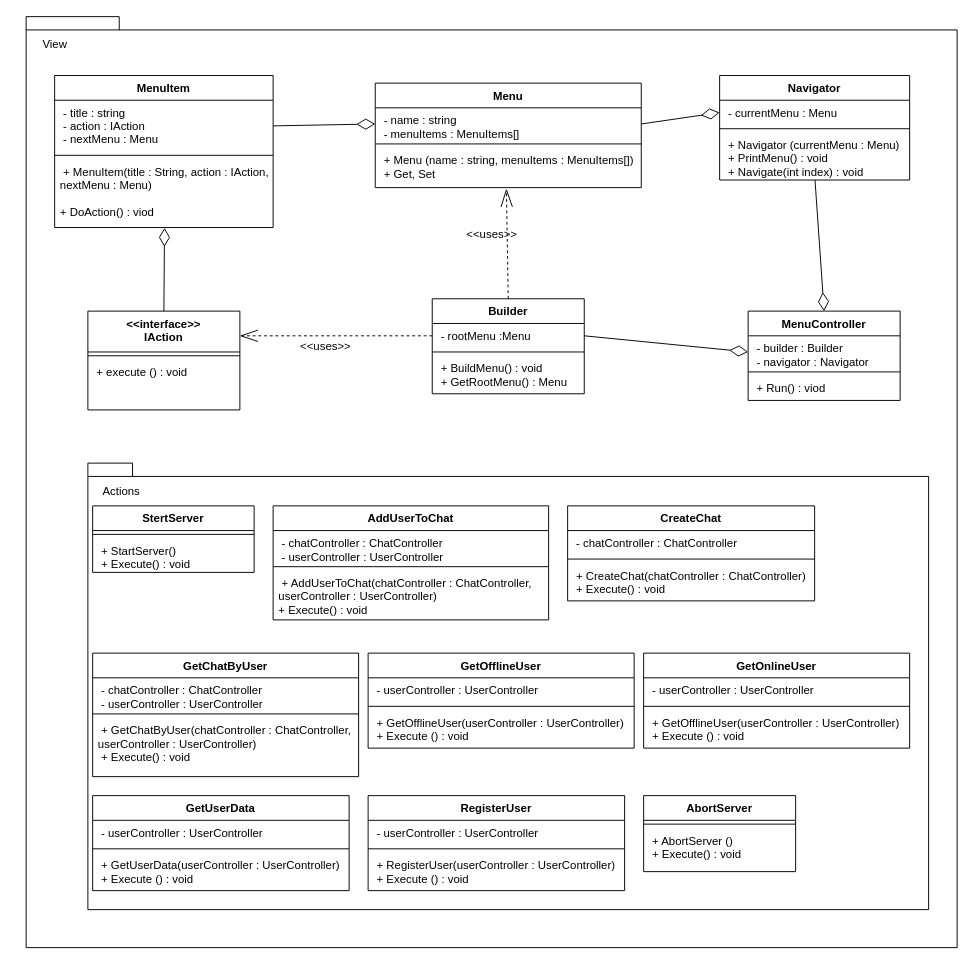
The draw.io diagram View/Diagram for view/ViewDiagram.drawio in anomalou/csharp-server, before the edit. Source tidied: cells renumbered, new cells numbered last; positions are measured from the earlier drawing's top-left corner, leaving out a move shared by most shapes. Both pictures are drawn from the tidied source at 95%, with x=0, y=0 at pixel (26, 16).
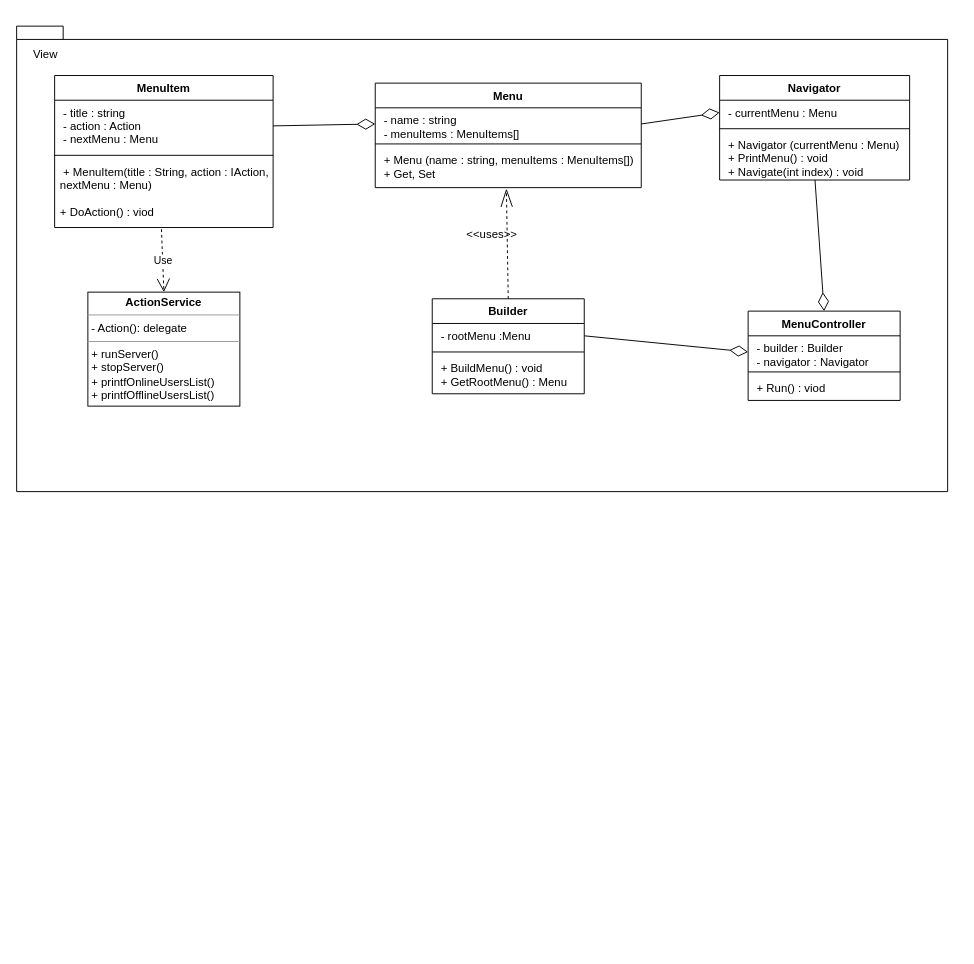
After the change.

Unchanged cells that the change refers to:
```xml
<mxCell id="18" value=" - rootMenu :Menu" style="text;strokeColor=none;fillColor=none;align=left;verticalAlign=top;spacingLeft=4;spacingRight=4;overflow=hidden;points=[[0,0.5],[1,0.5]];portConstraint=eastwest;" parent="17" vertex="1">
  <mxGeometry y="26" width="160" height="26" as="geometry" />
</mxCell>
<mxCell id="24" value="MenuItem" style="swimlane;fontStyle=1;align=center;verticalAlign=top;horizontal=1;startSize=26;" parent="1" vertex="1">
  <mxGeometry x="30" y="62" width="230" height="160" as="geometry" />
</mxCell>
<mxCell id="27" value=" + MenuItem(title : String, action : IAction, &#10;nextMenu : Menu) &#10;&#10;+ DoAction() : viod" style="text;strokeColor=none;fillColor=none;align=left;verticalAlign=top;spacingLeft=4;spacingRight=4;overflow=hidden;points=[[0,0.5],[1,0.5]];portConstraint=eastwest;" parent="24" vertex="1">
  <mxGeometry y="88" width="230" height="72" as="geometry" />
</mxCell>
```

Change to the diagram source:
```diff
@@
+    <mxCell id="72" style="group;" parent="1" vertex="1">
+      <mxGeometry x="-10" y="10" width="980" height="490" as="geometry" />
+    </mxCell>
-    <mxCell id="2" style="shape=folder;fontStyle=1;spacingTop=10;tabWidth=40;tabHeight=14;tabPosition=left;html=1;" parent="1" vertex="1">
-      <mxGeometry width="980" height="980" as="geometry" />
+    <mxCell id="2" style="shape=folder;fontStyle=1;spacingTop=10;tabWidth=40;tabHeight=14;tabPosition=left;html=1;" parent="72" vertex="1">
+      <mxGeometry width="980" height="490" as="geometry" />
     </mxCell>
+    <mxCell id="35" value="View" style="text;html=1;align=center;verticalAlign=middle;" parent="72" vertex="1">
+      <mxGeometry x="10" y="20" width="40" height="20" as="geometry" />
+    </mxCell>
+    <mxCell id="73" value="&lt;p style=&quot;margin: 0px ; margin-top: 4px ; text-align: center&quot;&gt;&lt;b&gt;ActionService&lt;/b&gt;&lt;/p&gt;&lt;hr size=&quot;1&quot;&gt;&lt;p style=&quot;margin: 0px ; margin-left: 4px&quot;&gt;- Action(): delegate&lt;/p&gt;&lt;hr size=&quot;1&quot;&gt;&lt;p style=&quot;margin: 0px ; margin-left: 4px&quot;&gt;+ runServer()&lt;/p&gt;&lt;p style=&quot;margin: 0px ; margin-left: 4px&quot;&gt;+ stopServer()&lt;/p&gt;&lt;p style=&quot;margin: 0px ; margin-left: 4px&quot;&gt;+ printfOnlineUsersList()&lt;/p&gt;&lt;p style=&quot;margin: 0px ; margin-left: 4px&quot;&gt;+ printfOfflineUsersList()&lt;/p&gt;" style="verticalAlign=top;align=left;overflow=fill;fontSize=12;fontFamily=Helvetica;html=1;" parent="72" vertex="1">
+      <mxGeometry x="75" y="280" width="160" height="120" as="geometry" />
+    </mxCell>
@@
-    <mxCell id="25" value=" - title : string&#10; - action : IAction&#10; - nextMenu : Menu&#10;" style="text;strokeColor=none;fillColor=none;align=left;verticalAlign=top;spacingLeft=4;spacingRight=4;overflow=hidden;points=[[0,0.5],[1,0.5]];portConstraint=eastwest;" parent="24" vertex="1">
+    <mxCell id="25" value=" - title : string&#10; - action : Action&#10; - nextMenu : Menu&#10;" style="text;strokeColor=none;fillColor=none;align=left;verticalAlign=top;spacingLeft=4;spacingRight=4;overflow=hidden;points=[[0,0.5],[1,0.5]];portConstraint=eastwest;" parent="24" vertex="1">
       <mxGeometry y="26" width="230" height="54" as="geometry" />
     </mxCell>
@@
-    <mxCell id="29" value="&lt;&lt;interface&gt;&gt;&#10;IAction&#10;" style="swimlane;fontStyle=1;align=center;verticalAlign=top;horizontal=1;startSize=43;" parent="1" vertex="1">
-      <mxGeometry x="65" y="310" width="160" height="104" as="geometry" />
-    </mxCell>
-    <mxCell id="30" style="line;strokeWidth=1;fillColor=none;align=left;verticalAlign=middle;spacingTop=-1;spacingLeft=3;spacingRight=3;labelPosition=right;" parent="29" vertex="1">
-      <mxGeometry y="43" width="160" height="8" as="geometry" />
-    </mxCell>
-    <mxCell id="31" value=" + execute () : void" style="text;strokeColor=none;fillColor=none;align=left;verticalAlign=top;spacingLeft=4;spacingRight=4;overflow=hidden;" parent="29" vertex="1">
-      <mxGeometry y="51" width="160" height="53" as="geometry" />
-    </mxCell>
-    <mxCell id="32" style="endArrow=diamondThin;html=1;entryX=0.503;entryY=1.005;entryDx=0;entryDy=0;endFill=0;strokeWidth=1;startSize=12;endSize=17;exitX=0.5;exitY=0;exitDx=0;exitDy=0;entryPerimeter=0;" parent="1" edge="1" source="29" target="27">
-      <mxGeometry relative="1" as="geometry" />
-    </mxCell>
-    <mxCell id="33" style="endArrow=openThin;html=1;strokeWidth=1;entryX=1;entryY=0.25;entryDx=0;entryDy=0;endFill=0;dashed=1;endSize=17;exitX=0;exitY=0.5;exitDx=0;exitDy=0;" parent="1" edge="1" source="18" target="29">
-      <mxGeometry relative="1" as="geometry" />
-    </mxCell>
-    <mxCell id="34" value="&amp;lt;&amp;lt;uses&amp;gt;&amp;gt;" style="text;html=1;align=center;verticalAlign=middle;" parent="1" vertex="1">
-      <mxGeometry x="280" y="337" width="70" height="20" as="geometry" />
-    </mxCell>
-    <mxCell id="35" value="View" style="text;html=1;align=center;verticalAlign=middle;" parent="1" vertex="1">
-      <mxGeometry x="10" y="20" width="40" height="20" as="geometry" />
-    </mxCell>
-    <mxCell id="36" style="shape=folder;fontStyle=1;spacingTop=10;tabWidth=40;tabHeight=14;tabPosition=left;html=1;" parent="1" vertex="1">
-      <mxGeometry x="65" y="470" width="885" height="470" as="geometry" />
-    </mxCell>
-    <mxCell id="37" value="Actions" style="text;html=1;align=center;verticalAlign=middle;" parent="1" vertex="1">
-      <mxGeometry x="70" y="490" width="60" height="20" as="geometry" />
-    </mxCell>
-    <mxCell id="38" value="AbortServer" style="swimlane;fontStyle=1;align=center;verticalAlign=top;horizontal=1;startSize=26;" parent="1" vertex="1">
-      <mxGeometry x="650" y="820" width="160" height="80" as="geometry" />
-    </mxCell>
-    <mxCell id="39" style="line;strokeWidth=1;fillColor=none;align=left;verticalAlign=middle;spacingTop=-1;spacingLeft=3;spacingRight=3;labelPosition=right;" parent="38" vertex="1">
-      <mxGeometry y="26" width="160" height="8" as="geometry" />
-    </mxCell>
-    <mxCell id="40" value=" + AbortServer ()&#10; + Execute() : void&#10;" style="text;strokeColor=none;fillColor=none;align=left;verticalAlign=top;spacingLeft=4;spacingRight=4;overflow=hidden;" parent="38" vertex="1">
-      <mxGeometry y="34" width="160" height="46" as="geometry" />
-    </mxCell>
-    <mxCell id="41" value="AddUserToChat" style="swimlane;fontStyle=1;align=center;verticalAlign=top;horizontal=1;startSize=26;" parent="1" vertex="1">
-      <mxGeometry x="260" y="515" width="290" height="120" as="geometry" />
-    </mxCell>
-    <mxCell id="42" value=" - chatController : ChatController&#10; - userController : UserController&#10;" style="text;strokeColor=none;fillColor=none;align=left;verticalAlign=top;spacingLeft=4;spacingRight=4;overflow=hidden;" parent="41" vertex="1">
-      <mxGeometry y="26" width="290" height="34" as="geometry" />
-    </mxCell>
-    <mxCell id="43" style="line;strokeWidth=1;fillColor=none;align=left;verticalAlign=middle;spacingTop=-1;spacingLeft=3;spacingRight=3;labelPosition=right;" parent="41" vertex="1">
-      <mxGeometry y="60" width="290" height="8" as="geometry" />
-    </mxCell>
-    <mxCell id="44" value=" + AddUserToChat(chatController : ChatController, &#10;userController : UserController) &#10;+ Execute() : void&#10;" style="text;strokeColor=none;fillColor=none;align=left;verticalAlign=top;spacingLeft=4;spacingRight=4;overflow=hidden;" parent="41" vertex="1">
-      <mxGeometry y="68" width="290" height="52" as="geometry" />
-    </mxCell>
-    <mxCell id="45" value="CreateChat" style="swimlane;fontStyle=1;align=center;verticalAlign=top;horizontal=1;startSize=26;" parent="1" vertex="1">
-      <mxGeometry x="570" y="515" width="260" height="100" as="geometry" />
-    </mxCell>
-    <mxCell id="46" value=" - chatController : ChatController" style="text;strokeColor=none;fillColor=none;align=left;verticalAlign=top;spacingLeft=4;spacingRight=4;overflow=hidden;" parent="45" vertex="1">
-      <mxGeometry y="26" width="260" height="26" as="geometry" />
-    </mxCell>
-    <mxCell id="47" style="line;strokeWidth=1;fillColor=none;align=left;verticalAlign=middle;spacingTop=-1;spacingLeft=3;spacingRight=3;labelPosition=right;" parent="45" vertex="1">
-      <mxGeometry y="52" width="260" height="8" as="geometry" />
-    </mxCell>
-    <mxCell id="48" value=" + CreateChat(chatController : ChatController) &#10; + Execute() : void&#10;" style="text;strokeColor=none;fillColor=none;align=left;verticalAlign=top;spacingLeft=4;spacingRight=4;overflow=hidden;" parent="45" vertex="1">
-      <mxGeometry y="60" width="260" height="40" as="geometry" />
-    </mxCell>
-    <mxCell id="49" value="GetChatByUser" style="swimlane;fontStyle=1;align=center;verticalAlign=top;horizontal=1;startSize=26;" parent="1" vertex="1">
-      <mxGeometry x="70" y="670" width="280" height="130" as="geometry" />
-    </mxCell>
-    <mxCell id="50" value=" - chatController : ChatController&#10; - userController : UserController&#10;&#10;&#10;" style="text;strokeColor=none;fillColor=none;align=left;verticalAlign=top;spacingLeft=4;spacingRight=4;overflow=hidden;" parent="49" vertex="1">
-      <mxGeometry y="26" width="280" height="34" as="geometry" />
-    </mxCell>
-    <mxCell id="51" style="line;strokeWidth=1;fillColor=none;align=left;verticalAlign=middle;spacingTop=-1;spacingLeft=3;spacingRight=3;labelPosition=right;" parent="49" vertex="1">
-      <mxGeometry y="60" width="280" height="8" as="geometry" />
-    </mxCell>
-    <mxCell id="52" value=" + GetChatByUser(chatController : ChatController, &#10;userController : UserController) &#10; + Execute() : void&#10;" style="text;strokeColor=none;fillColor=none;align=left;verticalAlign=top;spacingLeft=4;spacingRight=4;overflow=hidden;" parent="49" vertex="1">
-      <mxGeometry y="68" width="280" height="62" as="geometry" />
-    </mxCell>
-    <mxCell id="53" value="GetOfflineUser" style="swimlane;fontStyle=1;align=center;verticalAlign=top;horizontal=1;startSize=26;" parent="1" vertex="1">
-      <mxGeometry x="360" y="670" width="280" height="100" as="geometry" />
-    </mxCell>
-    <mxCell id="54" value=" - userController : UserController" style="text;strokeColor=none;fillColor=none;align=left;verticalAlign=top;spacingLeft=4;spacingRight=4;overflow=hidden;" parent="53" vertex="1">
-      <mxGeometry y="26" width="280" height="26" as="geometry" />
-    </mxCell>
-    <mxCell id="55" style="line;strokeWidth=1;fillColor=none;align=left;verticalAlign=middle;spacingTop=-1;spacingLeft=3;spacingRight=3;labelPosition=right;" parent="53" vertex="1">
-      <mxGeometry y="52" width="280" height="8" as="geometry" />
-    </mxCell>
-    <mxCell id="56" value=" + GetOfflineUser(userController : UserController)&#10; + Execute () : void&#10;" style="text;strokeColor=none;fillColor=none;align=left;verticalAlign=top;spacingLeft=4;spacingRight=4;overflow=hidden;" parent="53" vertex="1">
-      <mxGeometry y="60" width="280" height="40" as="geometry" />
-    </mxCell>
-    <mxCell id="57" value="GetOnlineUser" style="swimlane;fontStyle=1;align=center;verticalAlign=top;horizontal=1;startSize=26;" parent="1" vertex="1">
-      <mxGeometry x="650" y="670" width="280" height="100" as="geometry" />
-    </mxCell>
-    <mxCell id="58" value=" - userController : UserController" style="text;strokeColor=none;fillColor=none;align=left;verticalAlign=top;spacingLeft=4;spacingRight=4;overflow=hidden;" parent="57" vertex="1">
-      <mxGeometry y="26" width="280" height="26" as="geometry" />
-    </mxCell>
-    <mxCell id="59" style="line;strokeWidth=1;fillColor=none;align=left;verticalAlign=middle;spacingTop=-1;spacingLeft=3;spacingRight=3;labelPosition=right;" parent="57" vertex="1">
-      <mxGeometry y="52" width="280" height="8" as="geometry" />
-    </mxCell>
-    <mxCell id="60" value=" + GetOfflineUser(userController : UserController)&#10; + Execute () : void&#10;&#10;&#10;" style="text;strokeColor=none;fillColor=none;align=left;verticalAlign=top;spacingLeft=4;spacingRight=4;overflow=hidden;" parent="57" vertex="1">
-      <mxGeometry y="60" width="280" height="40" as="geometry" />
-    </mxCell>
-    <mxCell id="61" value="GetUserData" style="swimlane;fontStyle=1;align=center;verticalAlign=top;horizontal=1;startSize=26;" parent="1" vertex="1">
-      <mxGeometry x="70" y="820" width="270" height="100" as="geometry" />
-    </mxCell>
-    <mxCell id="62" value=" - userController : UserController" style="text;strokeColor=none;fillColor=none;align=left;verticalAlign=top;spacingLeft=4;spacingRight=4;overflow=hidden;" parent="61" vertex="1">
-      <mxGeometry y="26" width="270" height="26" as="geometry" />
-    </mxCell>
-    <mxCell id="63" style="line;strokeWidth=1;fillColor=none;align=left;verticalAlign=middle;spacingTop=-1;spacingLeft=3;spacingRight=3;labelPosition=right;" parent="61" vertex="1">
-      <mxGeometry y="52" width="270" height="8" as="geometry" />
-    </mxCell>
-    <mxCell id="64" value=" + GetUserData(userController : UserController)&#10; + Execute () : void&#10;&#10;&#10;&#10;&#10;" style="text;strokeColor=none;fillColor=none;align=left;verticalAlign=top;spacingLeft=4;spacingRight=4;overflow=hidden;" parent="61" vertex="1">
-      <mxGeometry y="60" width="270" height="40" as="geometry" />
-    </mxCell>
-    <mxCell id="65" value="RegisterUser" style="swimlane;fontStyle=1;align=center;verticalAlign=top;horizontal=1;startSize=26;" parent="1" vertex="1">
-      <mxGeometry x="360" y="820" width="270" height="100" as="geometry" />
-    </mxCell>
-    <mxCell id="66" value=" - userController : UserController" style="text;strokeColor=none;fillColor=none;align=left;verticalAlign=top;spacingLeft=4;spacingRight=4;overflow=hidden;" parent="65" vertex="1">
-      <mxGeometry y="26" width="270" height="26" as="geometry" />
-    </mxCell>
-    <mxCell id="67" style="line;strokeWidth=1;fillColor=none;align=left;verticalAlign=middle;spacingTop=-1;spacingLeft=3;spacingRight=3;labelPosition=right;" parent="65" vertex="1">
-      <mxGeometry y="52" width="270" height="8" as="geometry" />
-    </mxCell>
-    <mxCell id="68" value=" + RegisterUser(userController : UserController)&#10; + Execute () : void&#10;&#10;&#10;&#10;&#10;&#10;&#10;" style="text;strokeColor=none;fillColor=none;align=left;verticalAlign=top;spacingLeft=4;spacingRight=4;overflow=hidden;" parent="65" vertex="1">
-      <mxGeometry y="60" width="270" height="40" as="geometry" />
-    </mxCell>
-    <mxCell id="69" value="StertServer" style="swimlane;fontStyle=1;align=center;verticalAlign=top;horizontal=1;startSize=26;" parent="1" vertex="1">
-      <mxGeometry x="70" y="515" width="170" height="70" as="geometry" />
-    </mxCell>
-    <mxCell id="70" style="line;strokeWidth=1;fillColor=none;align=left;verticalAlign=middle;spacingTop=-1;spacingLeft=3;spacingRight=3;labelPosition=right;" parent="69" vertex="1">
-      <mxGeometry y="26" width="170" height="8" as="geometry" />
-    </mxCell>
-    <mxCell id="71" value=" + StartServer()&#10; + Execute() : void&#10;&#10;&#10;" style="text;strokeColor=none;fillColor=none;align=left;verticalAlign=top;spacingLeft=4;spacingRight=4;overflow=hidden;" parent="69" vertex="1">
-      <mxGeometry y="34" width="170" height="36" as="geometry" />
-    </mxCell>
+    <mxCell id="74" value="Use" style="endArrow=open;endSize=12;dashed=1;html=1;entryX=0.5;entryY=0;entryDx=0;entryDy=0;exitX=0.489;exitY=1.024;exitDx=0;exitDy=0;exitPerimeter=0;" parent="1" edge="1" source="27" target="73">
+      <mxGeometry relative="1" as="geometry" />
+    </mxCell>
```
